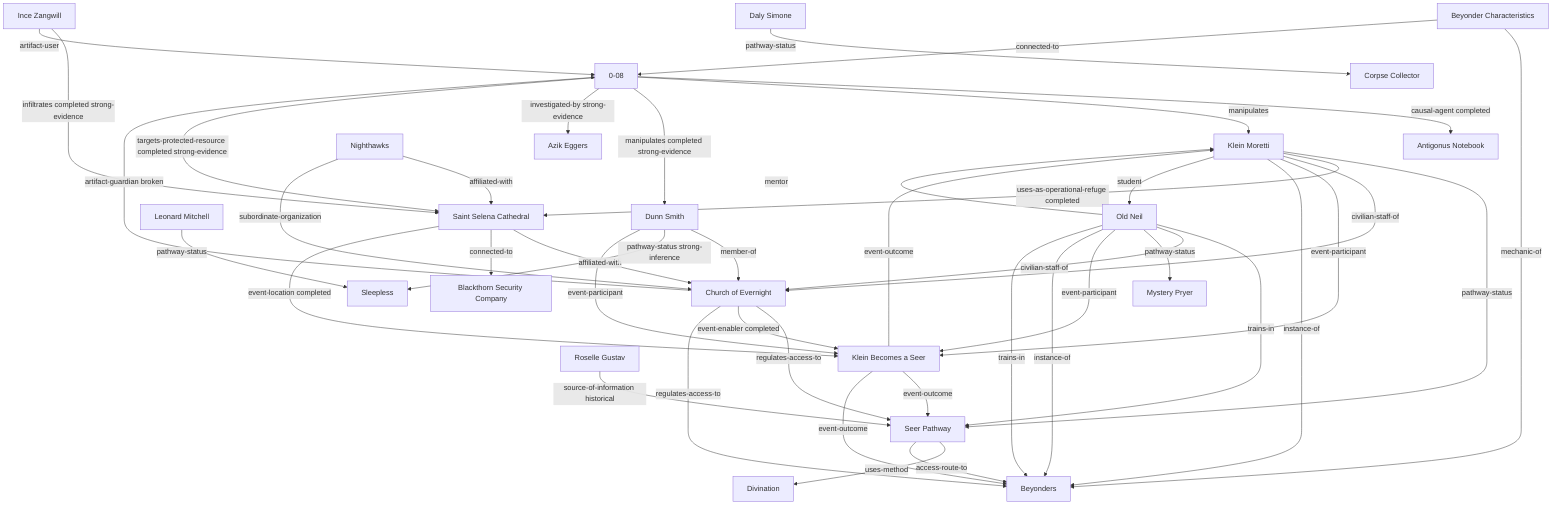
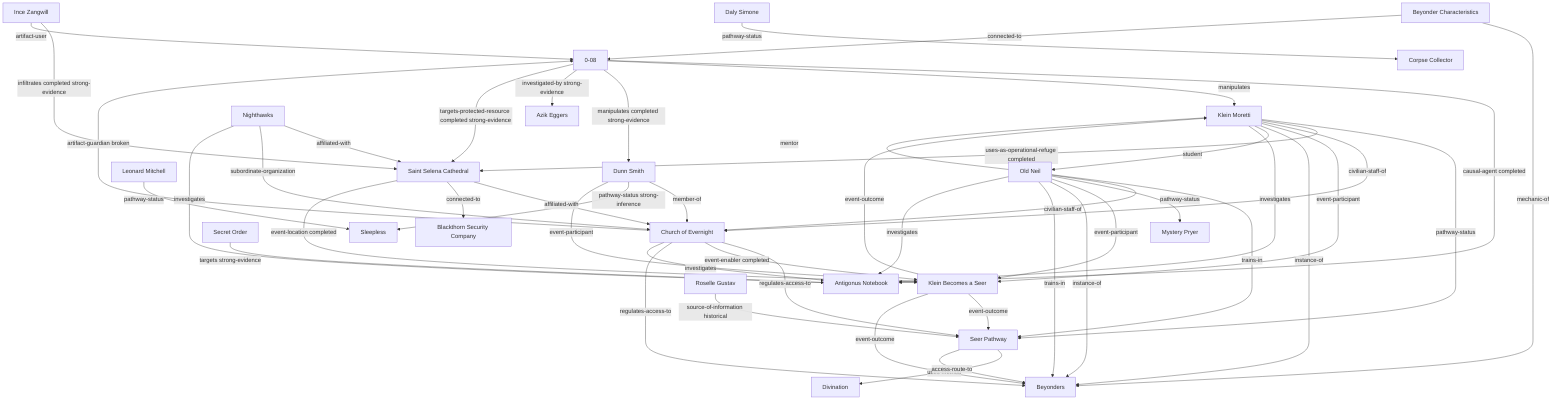
graph TD
  artifact_0_08["0-08"]
  artifact_antigonus_notebook["Antigonus Notebook"]
  character_azik_eggers["Azik Eggers"]
  character_daly_simone["Daly Simone"]
  character_dunn_smith["Dunn Smith"]
  character_ince_zangwill["Ince Zangwill"]
  character_klein_moretti["Klein Moretti"]
  character_leonard_mitchell["Leonard Mitchell"]
  character_old_neil["Old Neil"]
  character_roselle_gustav["Roselle Gustav"]
  concept_beyonder_characteristics["Beyonder Characteristics"]
  concept_beyonders["Beyonders"]
  concept_divination["Divination"]
  event_klein_becomes_a_seer["Klein Becomes a Seer"]
  faction_church_of_evernight["Church of Evernight"]
  faction_nighthawks["Nighthawks"]
+   faction_secret_order["Secret Order"]
  location_blackthorn_security_company["Blackthorn Security Company"]
  location_saint_selena_cathedral["Saint Selena Cathedral"]
  pathway_corpse_collector["Corpse Collector"]
  pathway_mystery_pryer["Mystery Pryer"]
  pathway_seer["Seer Pathway"]
  pathway_sleepless["Sleepless"]

  character_klein_moretti -->|pathway-status| pathway_seer
  event_klein_becomes_a_seer -->|event-outcome| pathway_seer
  faction_church_of_evernight -->|regulates-access-to| pathway_seer
  character_old_neil -->|trains-in| pathway_seer
  character_roselle_gustav -->|source-of-information historical| pathway_seer
  pathway_seer -->|uses-method| concept_divination
  pathway_seer -->|access-route-to| concept_beyonders
  location_saint_selena_cathedral -->|affiliated-with| faction_church_of_evernight
  faction_nighthawks -->|affiliated-with| location_saint_selena_cathedral
  character_klein_moretti -->|uses-as-operational-refuge completed| location_saint_selena_cathedral
  location_saint_selena_cathedral -->|connected-to| location_blackthorn_security_company
  location_saint_selena_cathedral -->|event-location completed| event_klein_becomes_a_seer
  character_ince_zangwill -->|infiltrates completed strong-evidence| location_saint_selena_cathedral
  faction_nighthawks -->|subordinate-organization| faction_church_of_evernight
  character_klein_moretti -->|civilian-staff-of| faction_church_of_evernight
  character_dunn_smith -->|member-of| faction_church_of_evernight
  character_old_neil -->|civilian-staff-of| faction_church_of_evernight
  faction_church_of_evernight -->|artifact-guardian broken| artifact_0_08
  character_leonard_mitchell -->|pathway-status| pathway_sleepless
  character_dunn_smith -->|pathway-status strong-inference| pathway_sleepless
  character_old_neil -->|pathway-status| pathway_mystery_pryer
  faction_church_of_evernight -->|event-enabler completed| event_klein_becomes_a_seer
  faction_church_of_evernight -->|regulates-access-to| concept_beyonders
  character_daly_simone -->|pathway-status| pathway_corpse_collector
  character_klein_moretti -->|event-participant| event_klein_becomes_a_seer
  character_old_neil -->|event-participant| event_klein_becomes_a_seer
  character_dunn_smith -->|event-participant| event_klein_becomes_a_seer
  event_klein_becomes_a_seer -->|event-outcome| character_klein_moretti
  concept_beyonder_characteristics -->|mechanic-of| concept_beyonders
  concept_beyonder_characteristics -->|connected-to| artifact_0_08
  character_klein_moretti -->|instance-of| concept_beyonders
  event_klein_becomes_a_seer -->|event-outcome| concept_beyonders
  character_old_neil -->|instance-of| concept_beyonders
  character_old_neil -->|trains-in| concept_beyonders
  character_old_neil -->|mentor| character_klein_moretti
  character_klein_moretti -->|student| character_old_neil
  character_ince_zangwill -->|artifact-user| artifact_0_08
+   faction_church_of_evernight -->|investigates| artifact_antigonus_notebook
+   character_klein_moretti -->|investigates| artifact_antigonus_notebook
+   faction_nighthawks -->|investigates| artifact_antigonus_notebook
+   character_old_neil -->|investigates| artifact_antigonus_notebook
+   faction_secret_order -->|targets strong-evidence| artifact_antigonus_notebook
  artifact_0_08 -->|causal-agent completed| artifact_antigonus_notebook
  artifact_0_08 -->|manipulates| character_klein_moretti
  artifact_0_08 -->|manipulates completed strong-evidence| character_dunn_smith
  artifact_0_08 -->|investigated-by strong-evidence| character_azik_eggers
  artifact_0_08 -->|targets-protected-resource completed strong-evidence| location_saint_selena_cathedral
